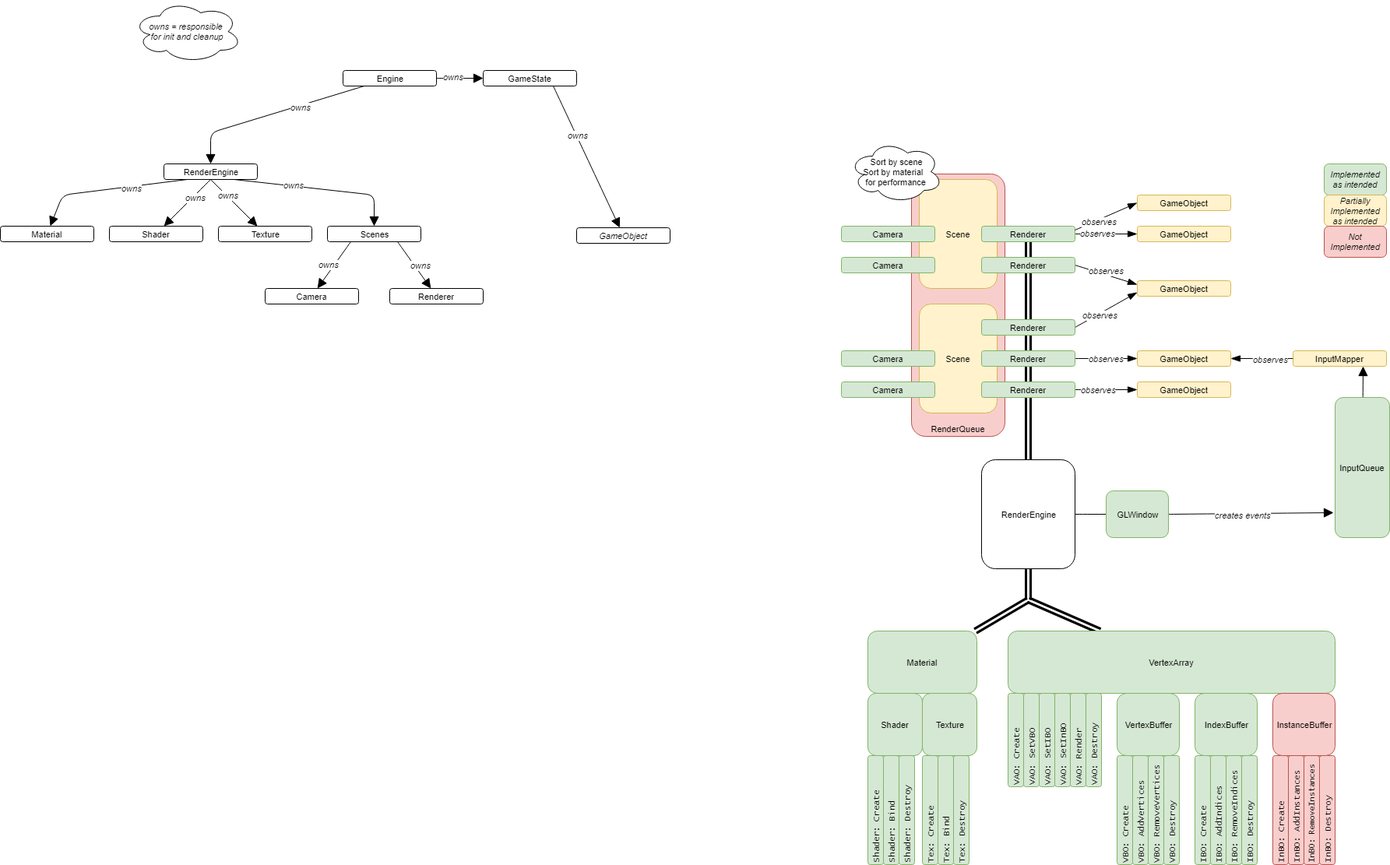
This is Engine Architecture.png from n4n0lix/kerosene, a draw.io export, as it was before one commit. Source tidied: cells renumbered, new cells last; positions are measured from the earlier drawing's top-left corner, leaving out a move shared by most shapes.
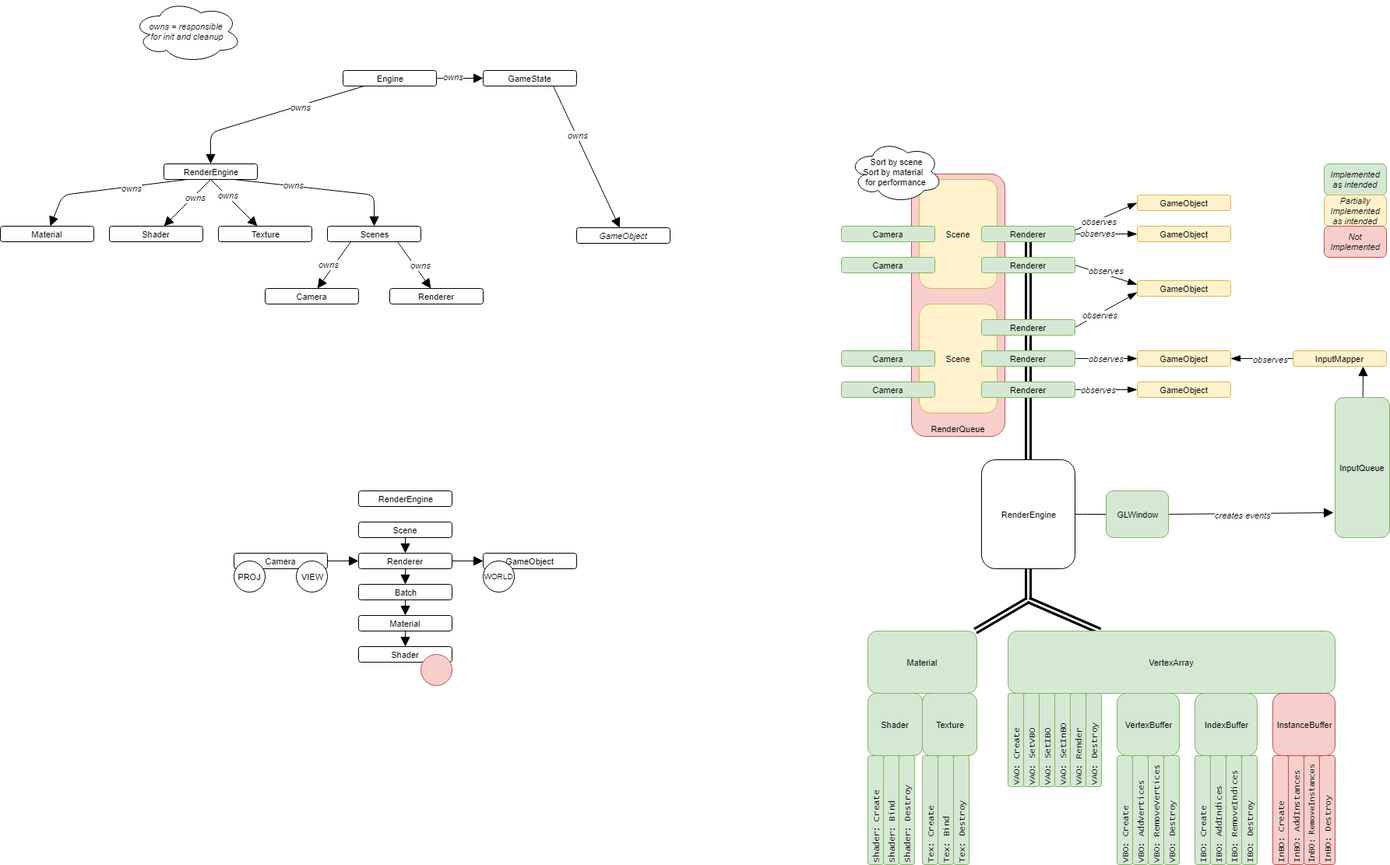
Above is the later version.

Diff of the diagram source:
```diff
@@ -360,5 +360,59 @@
         <mxPoint x="1" y="-11" as="offset" />
       </mxGeometry>
     </mxCell>
+    <mxCell id="111" style="edgeStyle=none;rounded=1;jumpSize=6;html=1;exitX=1;exitY=0.5;entryX=0;entryY=0.5;startArrow=none;startFill=0;endArrow=block;endFill=1;endSize=10;jettySize=auto;strokeColor=#000000;strokeWidth=1;fontFamily=Helvetica;fontSize=11;fontColor=#000000;" parent="1" edge="1" source="113" target="121">
+      <mxGeometry relative="1" as="geometry" />
+    </mxCell>
+    <mxCell id="112" style="edgeStyle=none;rounded=1;jumpSize=6;html=1;exitX=0.5;exitY=1;entryX=0.5;entryY=0;startArrow=none;startFill=0;endArrow=block;endFill=1;endSize=10;jettySize=auto;strokeColor=#000000;strokeWidth=1;fontFamily=Helvetica;fontSize=10;fontColor=#000000;" parent="1" edge="1" source="113" target="124">
+      <mxGeometry relative="1" as="geometry" />
+    </mxCell>
+    <mxCell id="113" value="Renderer" style="rounded=1;whiteSpace=wrap;html=1;strokeColor=#000000;fillColor=#ffffff;fontFamily=Helvetica;fontSize=11;fontColor=#000000;align=center;fontStyle=0;" parent="1" vertex="1">
+      <mxGeometry x="460" y="710" width="120" height="20" as="geometry" />
+    </mxCell>
+    <mxCell id="114" style="edgeStyle=none;rounded=1;jumpSize=6;html=1;exitX=0.5;exitY=1;startArrow=none;startFill=0;endArrow=block;endFill=1;endSize=10;jettySize=auto;strokeColor=#000000;strokeWidth=1;fontFamily=Helvetica;fontSize=11;fontColor=#000000;" parent="1" edge="1" source="115" target="113">
+      <mxGeometry relative="1" as="geometry" />
+    </mxCell>
+    <mxCell id="115" value="Scene" style="rounded=1;whiteSpace=wrap;html=1;strokeColor=#000000;fillColor=#ffffff;fontFamily=Helvetica;fontSize=11;fontColor=#000000;align=center;fontStyle=0;" parent="1" vertex="1">
+      <mxGeometry x="460" y="670" width="120" height="20" as="geometry" />
+    </mxCell>
+    <mxCell id="116" value="RenderEngine" style="rounded=1;whiteSpace=wrap;html=1;strokeColor=#000000;fillColor=#ffffff;fontFamily=Helvetica;fontSize=11;fontColor=#000000;align=center;fontStyle=0;" parent="1" vertex="1">
+      <mxGeometry x="460" y="630" width="120" height="20" as="geometry" />
+    </mxCell>
+    <mxCell id="117" style="edgeStyle=none;rounded=1;jumpSize=6;html=1;exitX=1;exitY=0.5;entryX=0;entryY=0.5;startArrow=none;startFill=0;endArrow=block;endFill=1;endSize=10;jettySize=auto;strokeColor=#000000;strokeWidth=1;fontFamily=Helvetica;fontSize=10;fontColor=#000000;" parent="1" edge="1" source="118" target="113">
+      <mxGeometry relative="1" as="geometry" />
+    </mxCell>
+    <mxCell id="118" value="Camera" style="rounded=1;whiteSpace=wrap;html=1;strokeColor=#000000;fillColor=#ffffff;fontFamily=Helvetica;fontSize=11;fontColor=#000000;align=center;fontStyle=0;" parent="1" vertex="1">
+      <mxGeometry x="300" y="710" width="120" height="20" as="geometry" />
+    </mxCell>
+    <mxCell id="119" value="VIEW" style="ellipse;whiteSpace=wrap;html=1;rounded=0;strokeColor=#000000;fillColor=#ffffff;fontFamily=Helvetica;fontSize=11;fontColor=#000000;align=center;" parent="1" vertex="1">
+      <mxGeometry x="380" y="720" width="40" height="40" as="geometry" />
+    </mxCell>
+    <mxCell id="120" value="PROJ" style="ellipse;whiteSpace=wrap;html=1;rounded=0;strokeColor=#000000;fillColor=#ffffff;fontFamily=Helvetica;fontSize=11;fontColor=#000000;align=center;" parent="1" vertex="1">
+      <mxGeometry x="300" y="720" width="40" height="40" as="geometry" />
+    </mxCell>
+    <mxCell id="121" value="GameObject" style="rounded=1;whiteSpace=wrap;html=1;strokeColor=#000000;fillColor=#ffffff;fontFamily=Helvetica;fontSize=11;fontColor=#000000;align=center;fontStyle=0;" parent="1" vertex="1">
+      <mxGeometry x="620" y="710" width="120" height="20" as="geometry" />
+    </mxCell>
+    <mxCell id="122" value="WORLD" style="ellipse;whiteSpace=wrap;html=1;rounded=0;strokeColor=#000000;fillColor=#ffffff;fontFamily=Helvetica;fontSize=10;fontColor=#000000;align=center;" parent="1" vertex="1">
+      <mxGeometry x="620" y="720" width="40" height="40" as="geometry" />
+    </mxCell>
+    <mxCell id="123" style="edgeStyle=none;rounded=1;jumpSize=6;html=1;exitX=0.5;exitY=1;entryX=0.5;entryY=0;startArrow=none;startFill=0;endArrow=block;endFill=1;endSize=10;jettySize=auto;strokeColor=#000000;strokeWidth=1;fontFamily=Helvetica;fontSize=10;fontColor=#000000;" parent="1" edge="1" source="124" target="126">
+      <mxGeometry relative="1" as="geometry" />
+    </mxCell>
+    <mxCell id="124" value="Batch" style="rounded=1;whiteSpace=wrap;html=1;strokeColor=#000000;fillColor=#ffffff;fontFamily=Helvetica;fontSize=11;fontColor=#000000;align=center;fontStyle=0;" parent="1" vertex="1">
+      <mxGeometry x="460" y="750" width="120" height="20" as="geometry" />
+    </mxCell>
+    <mxCell id="125" style="edgeStyle=none;rounded=1;jumpSize=6;html=1;exitX=0.5;exitY=1;entryX=0.5;entryY=0;startArrow=none;startFill=0;endArrow=block;endFill=1;endSize=10;jettySize=auto;strokeColor=#000000;strokeWidth=1;fontFamily=Helvetica;fontSize=10;fontColor=#000000;" parent="1" edge="1" source="126" target="127">
+      <mxGeometry relative="1" as="geometry" />
+    </mxCell>
+    <mxCell id="126" value="Material" style="rounded=1;whiteSpace=wrap;html=1;strokeColor=#000000;fillColor=#ffffff;fontFamily=Helvetica;fontSize=11;fontColor=#000000;align=center;fontStyle=0;" parent="1" vertex="1">
+      <mxGeometry x="460" y="790" width="120" height="20" as="geometry" />
+    </mxCell>
+    <mxCell id="127" value="Shader" style="rounded=1;whiteSpace=wrap;html=1;strokeColor=#000000;fillColor=#ffffff;fontFamily=Helvetica;fontSize=11;fontColor=#000000;align=center;fontStyle=0;" parent="1" vertex="1">
+      <mxGeometry x="460" y="830" width="120" height="20" as="geometry" />
+    </mxCell>
+    <mxCell id="128" style="ellipse;whiteSpace=wrap;html=1;rounded=0;strokeColor=#b85450;fillColor=#f8cecc;fontFamily=Helvetica;fontSize=11;fontColor=#000000;align=center;" parent="1" vertex="1">
+      <mxGeometry x="540" y="840" width="40" height="40" as="geometry" />
+    </mxCell>
   </root>
 </mxGraphModel>
```
